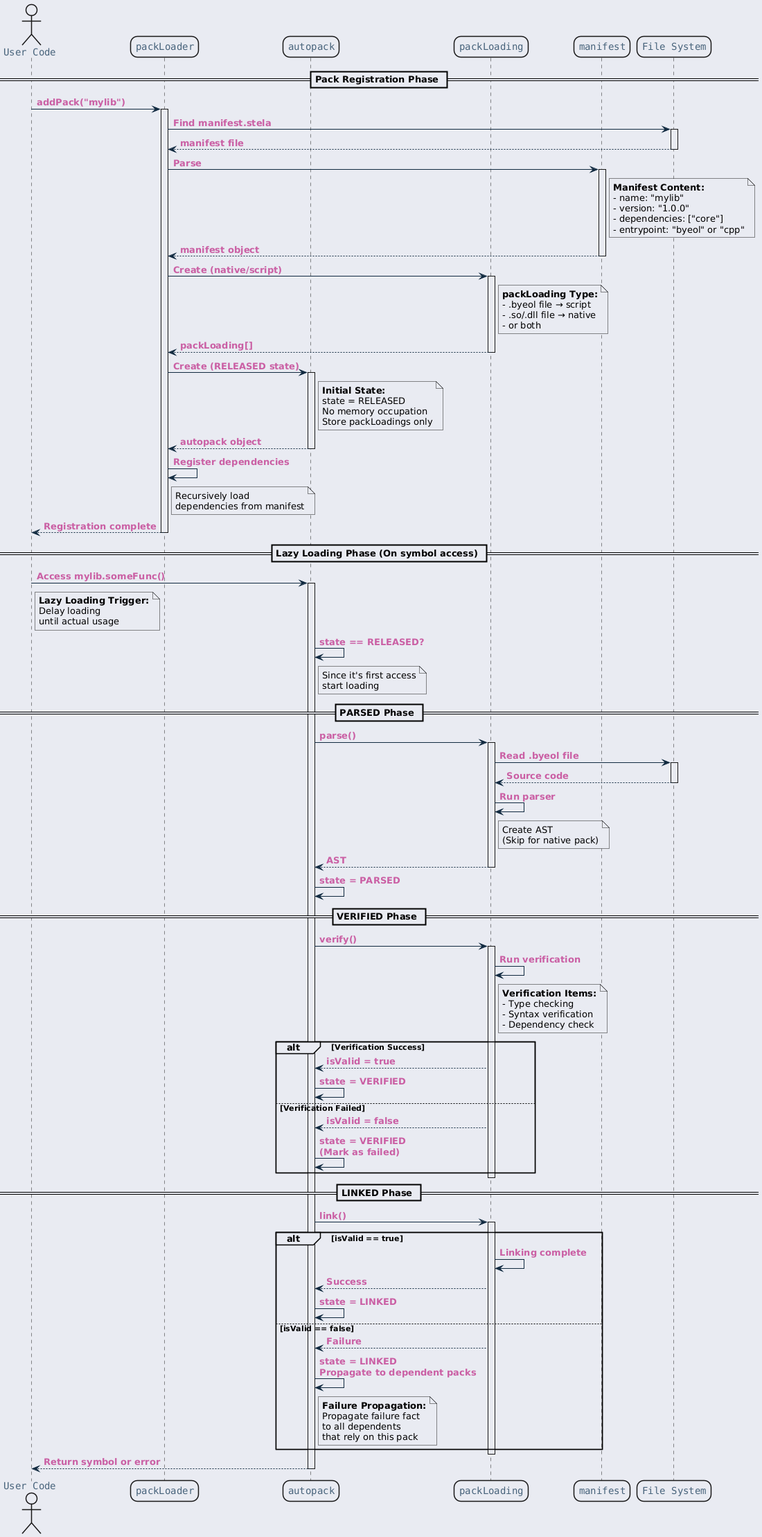
Above: ref/generated/ko/inline_umlgraph_30.png in byeolang/website (PlantUML), before the change.
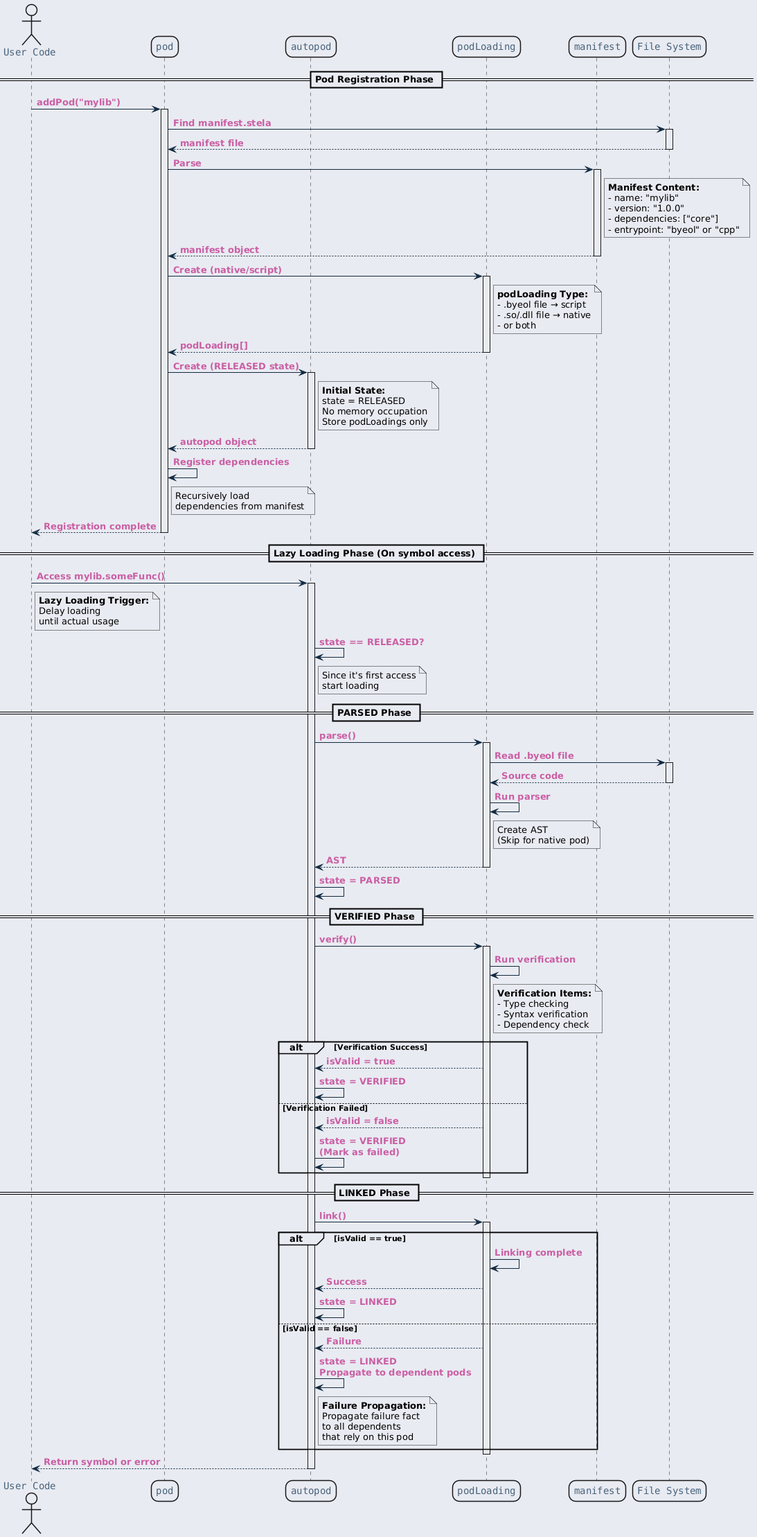
Later version of the same file.

Change to the diagram source:
```diff
@@ -24,15 +24,15 @@
 }
 </style>
 actor "User Code" as user
-participant "packLoader" as loader
-participant "autopack" as autopack
-participant "packLoading" as packLoading
+participant "pod" as loader
+participant "autopod" as autopod
+participant "podLoading" as podLoading
 participant "manifest" as manifest
 participant "File System" as fs
 
-== Pack Registration Phase ==
+== Pod Registration Phase ==
 
-user -> loader : addPack("mylib")
+user -> loader : addPod("mylib")
 activate loader
 
 loader -> fs : Find manifest.stela
@@ -55,31 +55,31 @@
 manifest --> loader : manifest object
 deactivate manifest
 
-loader -> packLoading : Create (native/script)
-activate packLoading
+loader -> podLoading : Create (native/script)
+activate podLoading
 
-note right of packLoading
-  <b>packLoading Type:</b>
+note right of podLoading
+  <b>podLoading Type:</b>
   - .byeol file → script
   - .so/.dll file → native
   - or both
 end note
 
-packLoading --> loader : packLoading[]
-deactivate packLoading
+podLoading --> loader : podLoading[]
+deactivate podLoading
 
-loader -> autopack : Create (RELEASED state)
-activate autopack
+loader -> autopod : Create (RELEASED state)
+activate autopod
 
-note right of autopack
+note right of autopod
   <b>Initial State:</b>
   state = RELEASED
   No memory occupation
-  Store packLoadings only
+  Store podLoadings only
 end note
 
-autopack --> loader : autopack object
-deactivate autopack
+autopod --> loader : autopod object
+deactivate autopod
 
 loader -> loader : Register dependencies
 note right of loader
@@ -92,8 +92,8 @@
 
 == Lazy Loading Phase (On symbol access) ==
 
-user -> autopack : Access mylib.someFunc()
-activate autopack
+user -> autopod : Access mylib.someFunc()
+activate autopod
 
 note right of user
   <b>Lazy Loading Trigger:</b>
@@ -101,41 +101,41 @@
   until actual usage
 end note
 
-autopack -> autopack : state == RELEASED?
-note right of autopack
+autopod -> autopod : state == RELEASED?
+note right of autopod
   Since it's first access
   start loading
 end note
 
 == PARSED Phase ==
 
-autopack -> packLoading : parse()
-activate packLoading
+autopod -> podLoading : parse()
+activate podLoading
 
-packLoading -> fs : Read .byeol file
+podLoading -> fs : Read .byeol file
 activate fs
 
-fs --> packLoading : Source code
+fs --> podLoading : Source code
 deactivate fs
 
-packLoading -> packLoading : Run parser
-note right of packLoading
+podLoading -> podLoading : Run parser
+note right of podLoading
   Create AST
-  (Skip for native pack)
+  (Skip for native pod)
 end note
 
-packLoading --> autopack : AST
-deactivate packLoading
+podLoading --> autopod : AST
+deactivate podLoading
 
-autopack -> autopack : state = PARSED
+autopod -> autopod : state = PARSED
 
 == VERIFIED Phase ==
 
-autopack -> packLoading : verify()
-activate packLoading
+autopod -> podLoading : verify()
+activate podLoading
 
-packLoading -> packLoading : Run verification
-note right of packLoading
+podLoading -> podLoading : Run verification
+note right of podLoading
   <b>Verification Items:</b>
   - Type checking
   - Syntax verification
@@ -144,47 +144,47 @@
 
 alt Verification Success
 
-    packLoading --> autopack : isValid = true
-    autopack -> autopack : state = VERIFIED
+    podLoading --> autopod : isValid = true
+    autopod -> autopod : state = VERIFIED
 
 else Verification Failed
 
-    packLoading --> autopack : isValid = false
-    autopack -> autopack : state = VERIFIED\n(Mark as failed)
+    podLoading --> autopod : isValid = false
+    autopod -> autopod : state = VERIFIED\n(Mark as failed)
 
 end
 
-deactivate packLoading
+deactivate podLoading
 
 == LINKED Phase ==
 
-autopack -> packLoading : link()
-activate packLoading
+autopod -> podLoading : link()
+activate podLoading
 
 alt isValid == true
 
-    packLoading -> packLoading : Linking complete
-    packLoading --> autopack : Success
+    podLoading -> podLoading : Linking complete
+    podLoading --> autopod : Success
 
-    autopack -> autopack : state = LINKED
+    autopod -> autopod : state = LINKED
 
 else isValid == false
 
-    packLoading --> autopack : Failure
+    podLoading --> autopod : Failure
 
-    autopack -> autopack : state = LINKED\nPropagate to dependent packs
+    autopod -> autopod : state = LINKED\nPropagate to dependent pods
 
-    note right of autopack
+    note right of autopod
       <b>Failure Propagation:</b>
       Propagate failure fact
       to all dependents
-      that rely on this pack
+      that rely on this pod
     end note
 
 end
 
-deactivate packLoading
+deactivate podLoading
 
-autopack --> user : Return symbol or error
-deactivate autopack
+autopod --> user : Return symbol or error
+deactivate autopod
 @enduml
```
